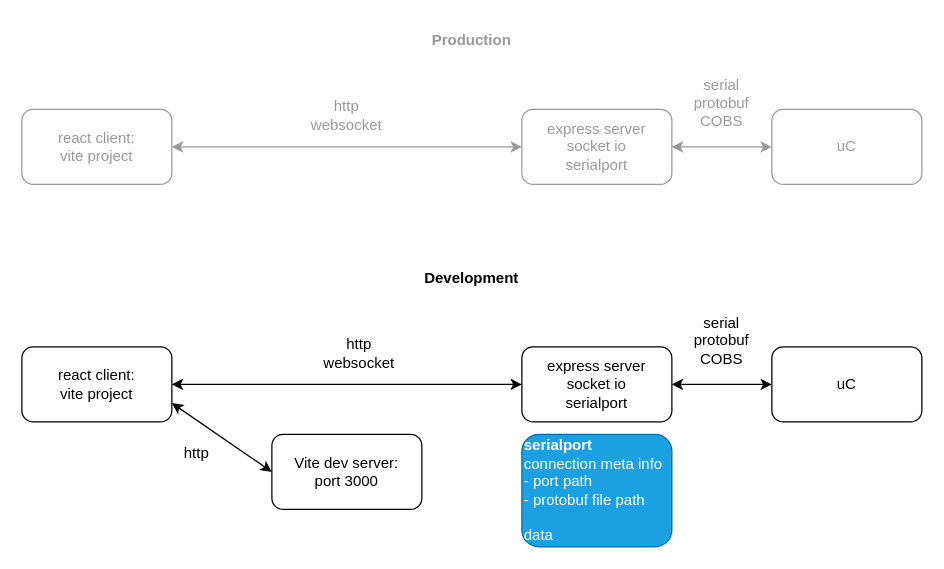
Above: page "Old" (3 of 3) of app/figs/arch.drawio in topilabs/app-uc-stack (draw.io), before the change. Source tidied: cells renumbered, new cells numbered last; positions are measured from the earlier drawing's top-left corner, leaving out a move shared by most shapes. Both pictures are drawn from the tidied source at 125%, with x=0, y=0 at pixel (21, 21).
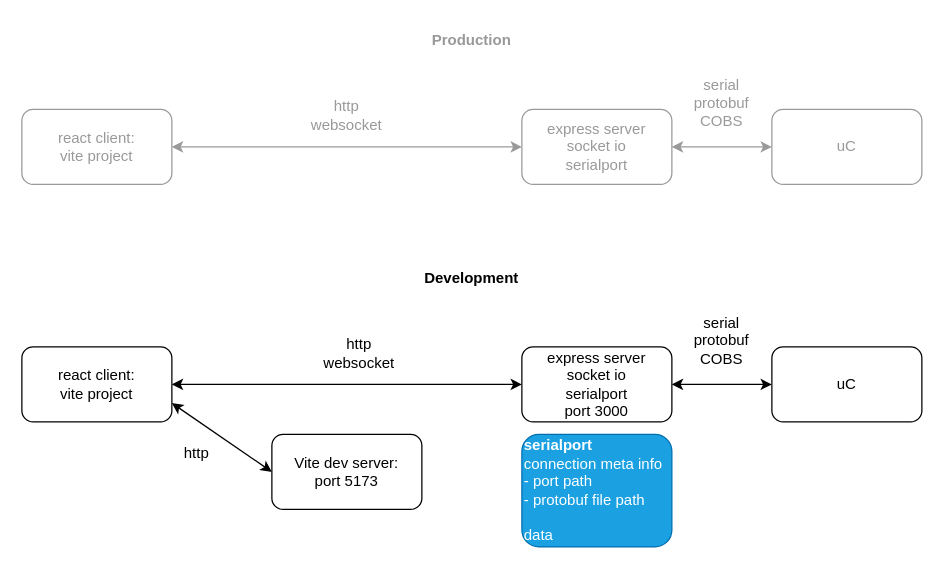
After the change.

The edit, as a diff of the source:
```diff
@@
-    <mxCell id="7" value="Vite dev server: &lt;br&gt;port 3000&lt;br&gt;" style="rounded=1;whiteSpace=wrap;html=1;" parent="1" vertex="1">
+    <mxCell id="7" value="Vite dev server: &lt;br&gt;port 5173" style="rounded=1;whiteSpace=wrap;html=1;" parent="1" vertex="1">
       <mxGeometry x="200" y="330" width="120" height="60" as="geometry" />
     </mxCell>
@@
-    <mxCell id="9" value="express server&lt;br&gt;socket io&lt;br&gt;serialport" style="rounded=1;whiteSpace=wrap;html=1;" parent="1" vertex="1">
+    <mxCell id="9" value="express server&lt;br&gt;socket io&lt;br&gt;serialport&lt;br&gt;port 3000" style="rounded=1;whiteSpace=wrap;html=1;" parent="1" vertex="1">
       <mxGeometry x="400" y="260" width="120" height="60" as="geometry" />
     </mxCell>
```
